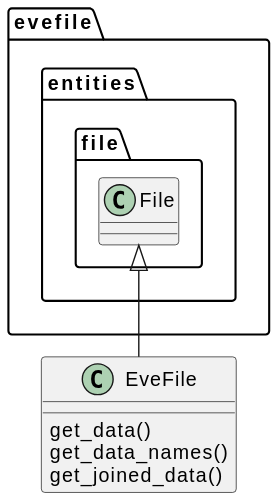
tillbiskup/evefile keeps this PlantUML diagram as docs/uml/evefile.boundaries.evefile.svg. Above is the earlier version.
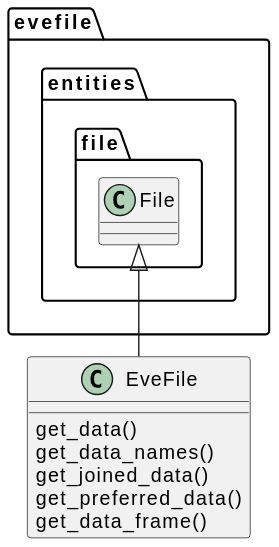
Later version of the same file.

Commit message:
Thoughts on extending the EveFile API

Diff of the diagram source:
```diff
@@ -4,5 +4,7 @@
     get_data()
     get_data_names()
     get_joined_data()
+    get_preferred_data()
+    get_data_frame()
 }
 @enduml
```
